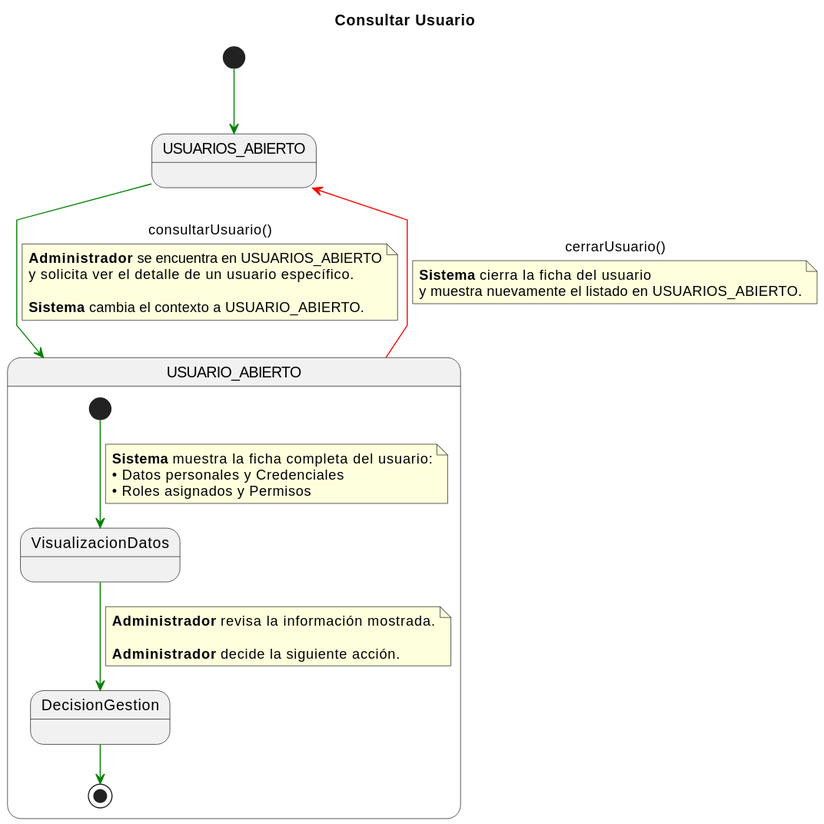
Above: documents/CasosDeUso/DetalladoCasosDeUso/Administrador/consultarUsuario.svg in enmabry/25-26-IdSw1-SdR (PlantUML), before the change.
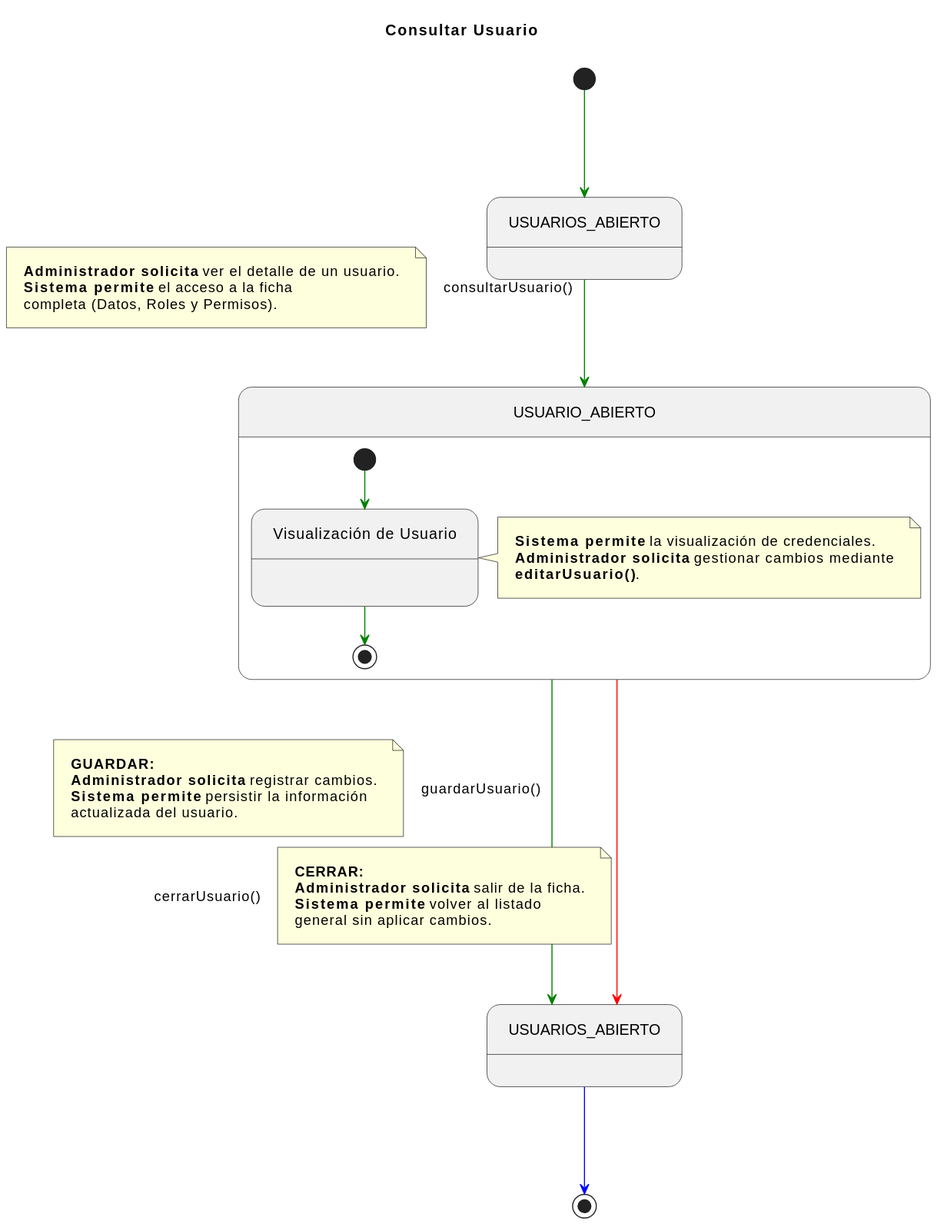
Later version of the same file.

What changed in the source:
```diff
@@ -1,45 +1,55 @@
 @startuml
 title Consultar Usuario
-skinparam linetype polyline
+
+skinparam nodesep 100
+skinparam ranksep 100
+skinparam linetype ortho
+skinparam Padding 10
 
 state USUARIOS_ABIERTO_INICIAL as "USUARIOS_ABIERTO"
-state USUARIO_ABIERTO_COMP     as "USUARIO_ABIERTO"
+state USUARIO_ABIERTO_COMP    as "USUARIO_ABIERTO"
+state USUARIOS_ABIERTO_FINAL   as "USUARIOS_ABIERTO"
 
 [*] -[#green]-> USUARIOS_ABIERTO_INICIAL
 
 USUARIOS_ABIERTO_INICIAL -[#green]-> USUARIO_ABIERTO_COMP : consultarUsuario()
-note on link
-<b>Administrador</b> se encuentra en USUARIOS_ABIERTO
-y solicita ver el detalle de un usuario específico.
-
-<b>Sistema</b> cambia el contexto a USUARIO_ABIERTO.
+note left on link
+    <b>Administrador solicita</b> ver el detalle de un usuario.
+    <b>Sistema permite</b> el acceso a la ficha
+    completa (Datos, Roles y Permisos).
 end note
 
-state USUARIO_ABIERTO_COMP as "USUARIO_ABIERTO" {
+state USUARIO_ABIERTO_COMP {
+    state VisualizacionDatos as "Visualización de Usuario"
 
-    state VisualizacionDatos
-    state DecisionGestion
+    VisualizacionDatos :
 
     [*] -[#green]-> VisualizacionDatos
-    note on link
-    <b>Sistema</b> muestra la ficha completa del usuario:
-    • Datos personales y Credenciales
-    • Roles asignados y Permisos
+
+    note right of VisualizacionDatos
+        <b>Sistema permite</b> la visualización de credenciales.
+        <b>Administrador solicita</b> gestionar cambios mediante
+        **editarUsuario()**.
     end note
 
-    VisualizacionDatos -[#green]-> DecisionGestion
-    note on link
-    <b>Administrador</b> revisa la información mostrada.
-
-    <b>Administrador</b> decide la siguiente acción.
-    end note
-
-    DecisionGestion -[#green]-> [*]
+    VisualizacionDatos -[#green]-> [*]
 }
 
-USUARIO_ABIERTO_COMP -[#red]-> USUARIOS_ABIERTO_INICIAL : cerrarUsuario()
-note on link
-<b>Sistema</b> cierra la ficha del usuario
-y muestra nuevamente el listado en USUARIOS_ABIERTO.
+USUARIO_ABIERTO_COMP -[#green]---> USUARIOS_ABIERTO_FINAL : guardarUsuario()
+note left on link
+    <b>GUARDAR:</b>
+    <b>Administrador solicita</b> registrar cambios.
+    <b>Sistema permite</b> persistir la información
+    actualizada del usuario.
 end note
+
+USUARIO_ABIERTO_COMP -[#red]---> USUARIOS_ABIERTO_FINAL : cerrarUsuario()
+note right on link
+    <b>CERRAR:</b>
+    <b>Administrador solicita</b> salir de la ficha.
+    <b>Sistema permite</b> volver al listado
+    general sin aplicar cambios.
+end note
+
+USUARIOS_ABIERTO_FINAL -[#blue]-> [*]
 @enduml
```
